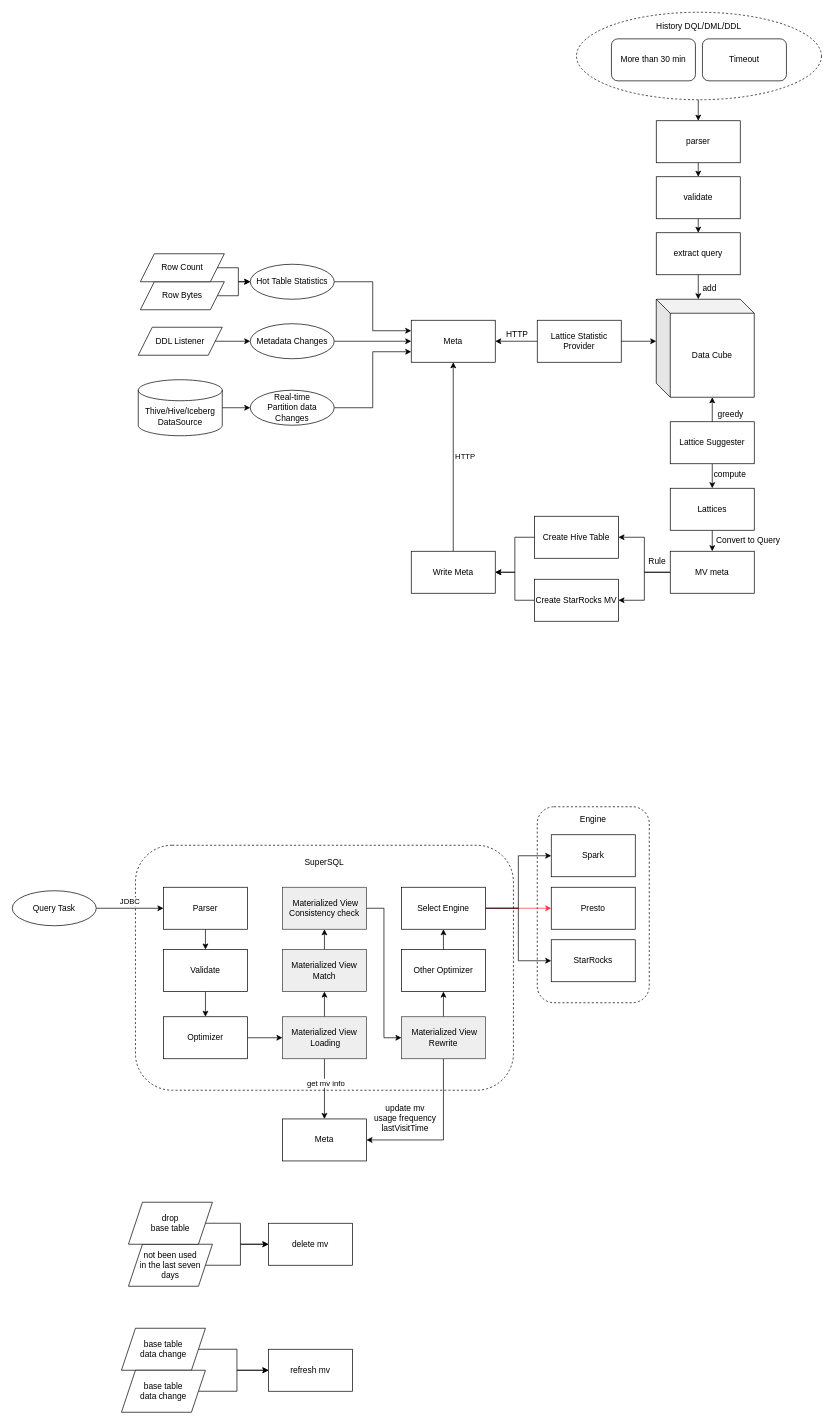
allendang001/charts keeps this draw.io diagram as 自动物化视图.drawio. Above is the earlier version. Source tidied: cells renumbered, new cells numbered last; positions are measured from the earlier drawing's top-left corner, leaving out a move shared by most shapes. Both pictures are drawn from the tidied source at 70%, with x=0, y=0 at pixel (12, 12).
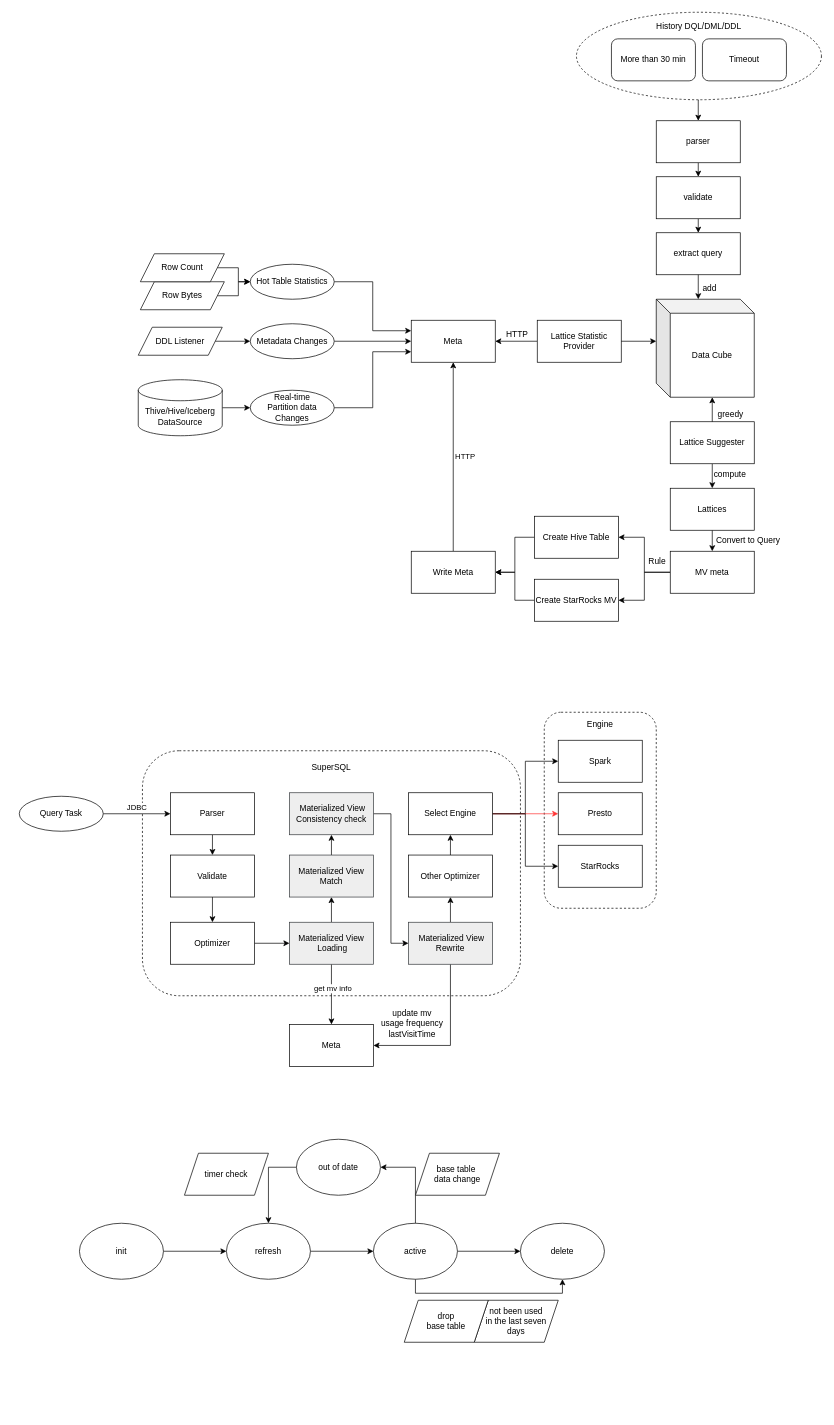
The same diagram, later.

Commit message:
更新自动物化视图.drawio

Change to the diagram source:
```diff
@@
     <mxCell id="2" value="Engine&lt;br&gt;&lt;br&gt;&lt;br&gt;&lt;br&gt;&lt;br&gt;&lt;br&gt;&lt;br&gt;&lt;br&gt;&lt;br&gt;&lt;br&gt;&lt;br&gt;&lt;br&gt;&lt;br&gt;&lt;br&gt;&lt;br&gt;&lt;br&gt;&lt;br&gt;&lt;br&gt;" style="rounded=1;whiteSpace=wrap;html=1;dashed=1;" parent="1" vertex="1">
-      <mxGeometry x="750" y="1135" width="160" height="280" as="geometry" />
+      <mxGeometry x="760" y="1000" width="160" height="280" as="geometry" />
     </mxCell>
@@
     <mxCell id="53" value="SuperSQL&lt;br&gt;&lt;br&gt;&lt;br&gt;&lt;br&gt;&lt;br&gt;&lt;br&gt;&lt;br&gt;&lt;br&gt;&lt;br&gt;&lt;br&gt;&lt;br&gt;&lt;br&gt;&lt;br&gt;&lt;br&gt;&lt;br&gt;&lt;br&gt;&lt;br&gt;&lt;br&gt;&lt;br&gt;&lt;br&gt;&lt;br&gt;&lt;br&gt;" style="rounded=1;whiteSpace=wrap;html=1;dashed=1;" parent="1" vertex="1">
-      <mxGeometry x="176" y="1190" width="540" height="350" as="geometry" />
+      <mxGeometry x="186" y="1055" width="540" height="350" as="geometry" />
     </mxCell>
@@
     <mxCell id="57" value="&amp;nbsp;Materialized View Rewrite" style="rounded=0;whiteSpace=wrap;html=1;fillColor=#eeeeee;strokeColor=#36393d;" parent="1" vertex="1">
-      <mxGeometry x="556" y="1435" width="120" height="60" as="geometry" />
+      <mxGeometry x="566" y="1300" width="120" height="60" as="geometry" />
     </mxCell>
@@
     <mxCell id="59" value="Parser" style="rounded=0;whiteSpace=wrap;html=1;" parent="1" vertex="1">
-      <mxGeometry x="216" y="1250" width="120" height="60" as="geometry" />
+      <mxGeometry x="226" y="1115" width="120" height="60" as="geometry" />
     </mxCell>
@@
     <mxCell id="61" value="Validate" style="rounded=0;whiteSpace=wrap;html=1;" parent="1" vertex="1">
-      <mxGeometry x="216" y="1339" width="120" height="60" as="geometry" />
+      <mxGeometry x="226" y="1204" width="120" height="60" as="geometry" />
     </mxCell>
@@
     <mxCell id="63" value="Optimizer" style="rounded=0;whiteSpace=wrap;html=1;" parent="1" vertex="1">
-      <mxGeometry x="216" y="1435" width="120" height="60" as="geometry" />
+      <mxGeometry x="226" y="1300" width="120" height="60" as="geometry" />
     </mxCell>
@@
     <mxCell id="69" value="Materialized View&lt;br&gt;&amp;nbsp;Loading" style="rounded=0;whiteSpace=wrap;html=1;fillColor=#eeeeee;strokeColor=#36393d;" parent="1" vertex="1">
-      <mxGeometry x="386" y="1435" width="120" height="60" as="geometry" />
+      <mxGeometry x="396" y="1300" width="120" height="60" as="geometry" />
     </mxCell>
@@
     <mxCell id="73" value="Select Engine" style="rounded=0;whiteSpace=wrap;html=1;" parent="1" vertex="1">
-      <mxGeometry x="556" y="1250" width="120" height="60" as="geometry" />
+      <mxGeometry x="566" y="1115" width="120" height="60" as="geometry" />
     </mxCell>
     <mxCell id="74" value="Spark" style="rounded=0;whiteSpace=wrap;html=1;" parent="1" vertex="1">
-      <mxGeometry x="770" y="1175" width="120" height="60" as="geometry" />
+      <mxGeometry x="780" y="1040" width="120" height="60" as="geometry" />
     </mxCell>
     <mxCell id="75" value="Presto" style="rounded=0;whiteSpace=wrap;html=1;" parent="1" vertex="1">
-      <mxGeometry x="770" y="1250" width="120" height="60" as="geometry" />
+      <mxGeometry x="780" y="1115" width="120" height="60" as="geometry" />
     </mxCell>
     <mxCell id="76" value="StarRocks" style="rounded=0;whiteSpace=wrap;html=1;" parent="1" vertex="1">
-      <mxGeometry x="770" y="1325" width="120" height="60" as="geometry" />
+      <mxGeometry x="780" y="1190" width="120" height="60" as="geometry" />
     </mxCell>
     <mxCell id="77" value="Query Task" style="ellipse;whiteSpace=wrap;html=1;" parent="1" vertex="1">
-      <mxGeometry y="1255" width="120" height="50" as="geometry" />
+      <mxGeometry x="10" y="1120" width="120" height="50" as="geometry" />
     </mxCell>
     <mxCell id="78" value="Meta" style="rounded=0;whiteSpace=wrap;html=1;" parent="1" vertex="1">
-      <mxGeometry x="386" y="1581" width="120" height="60" as="geometry" />
+      <mxGeometry x="396" y="1446" width="120" height="60" as="geometry" />
     </mxCell>
@@
     <mxCell id="80" value="Materialized View&lt;br&gt;Match" style="rounded=0;whiteSpace=wrap;html=1;fillColor=#eeeeee;strokeColor=#36393d;" parent="1" vertex="1">
-      <mxGeometry x="386" y="1339" width="120" height="60" as="geometry" />
+      <mxGeometry x="396" y="1204" width="120" height="60" as="geometry" />
     </mxCell>
@@
     <mxCell id="82" value="&amp;nbsp;Materialized View Consistency check" style="rounded=0;whiteSpace=wrap;html=1;fillColor=#eeeeee;strokeColor=#36393d;" parent="1" vertex="1">
-      <mxGeometry x="386" y="1250" width="120" height="60" as="geometry" />
+      <mxGeometry x="396" y="1115" width="120" height="60" as="geometry" />
     </mxCell>
     <mxCell id="83" value="Other Optimizer" style="rounded=0;whiteSpace=wrap;html=1;" parent="1" vertex="1">
-      <mxGeometry x="556" y="1339" width="120" height="60" as="geometry" />
+      <mxGeometry x="566" y="1204" width="120" height="60" as="geometry" />
     </mxCell>
     <mxCell id="84" value="update mv &lt;br&gt;usage frequency&lt;br&gt;lastVisitTime" style="text;html=1;align=center;verticalAlign=middle;strokeColor=none;fillColor=none;" parent="1" vertex="1">
-      <mxGeometry x="506" y="1550" width="110" height="60" as="geometry" />
+      <mxGeometry x="516" y="1415" width="110" height="60" as="geometry" />
     </mxCell>
-    <mxCell id="85" value="delete mv" style="rounded=0;whiteSpace=wrap;html=1;" parent="1" vertex="1">
-      <mxGeometry x="366" y="1730" width="120" height="60" as="geometry" />
-    </mxCell>
-    <mxCell id="86" style="edgeStyle=orthogonalEdgeStyle;rounded=0;jettySize=auto;html=1;exitX=1;exitY=0.5;exitDx=0;exitDy=0;entryX=0;entryY=0.5;entryDx=0;entryDy=0;" parent="1" edge="1" source="87" target="85">
-      <mxGeometry relative="1" as="geometry" />
-    </mxCell>
+    <mxCell id="95" style="edgeStyle=orthogonalEdgeStyle;rounded=0;jettySize=auto;html=1;exitX=1;exitY=0.5;exitDx=0;exitDy=0;entryX=0;entryY=0.5;entryDx=0;entryDy=0;" parent="1" edge="1" source="96" target="98">
+      <mxGeometry relative="1" as="geometry" />
+    </mxCell>
+    <mxCell id="96" value="init" style="ellipse;whiteSpace=wrap;html=1;" parent="1" vertex="1">
+      <mxGeometry x="96" y="1730" width="120" height="80" as="geometry" />
+    </mxCell>
+    <mxCell id="97" style="edgeStyle=orthogonalEdgeStyle;rounded=0;jettySize=auto;html=1;exitX=1;exitY=0.5;exitDx=0;exitDy=0;entryX=0;entryY=0.5;entryDx=0;entryDy=0;" parent="1" edge="1" source="98" target="101">
+      <mxGeometry relative="1" as="geometry" />
+    </mxCell>
+    <mxCell id="98" value="refresh" style="ellipse;whiteSpace=wrap;html=1;" parent="1" vertex="1">
+      <mxGeometry x="306" y="1730" width="120" height="80" as="geometry" />
+    </mxCell>
+    <mxCell id="99" style="edgeStyle=orthogonalEdgeStyle;rounded=0;jettySize=auto;html=1;exitX=1;exitY=0.5;exitDx=0;exitDy=0;entryX=0;entryY=0.5;entryDx=0;entryDy=0;" parent="1" edge="1" source="101" target="102">
+      <mxGeometry relative="1" as="geometry" />
+    </mxCell>
+    <mxCell id="100" style="edgeStyle=orthogonalEdgeStyle;rounded=0;jettySize=auto;html=1;exitX=0.5;exitY=1;exitDx=0;exitDy=0;entryX=0.5;entryY=1;entryDx=0;entryDy=0;" parent="1" edge="1" source="101" target="102">
+      <mxGeometry relative="1" as="geometry" />
+    </mxCell>
+    <mxCell id="101" value="active" style="ellipse;whiteSpace=wrap;html=1;" parent="1" vertex="1">
+      <mxGeometry x="516" y="1730" width="120" height="80" as="geometry" />
+    </mxCell>
+    <mxCell id="102" value="delete" style="ellipse;whiteSpace=wrap;html=1;" parent="1" vertex="1">
+      <mxGeometry x="726" y="1730" width="120" height="80" as="geometry" />
+    </mxCell>
+    <mxCell id="103" style="edgeStyle=orthogonalEdgeStyle;rounded=0;jettySize=auto;html=1;exitX=0.5;exitY=0;exitDx=0;exitDy=0;entryX=1;entryY=0.5;entryDx=0;entryDy=0;" parent="1" edge="1" source="101" target="106">
+      <mxGeometry relative="1" as="geometry" />
+    </mxCell>
     <mxCell id="87" value="not been used &lt;br&gt;in the last seven &lt;br&gt;days" style="shape=parallelogram;perimeter=parallelogramPerimeter;whiteSpace=wrap;html=1;fixedSize=1;" parent="1" vertex="1">
-      <mxGeometry x="166" y="1760" width="120" height="60" as="geometry" />
+      <mxGeometry x="660" y="1840" width="120" height="60" as="geometry" />
     </mxCell>
-    <mxCell id="88" style="edgeStyle=orthogonalEdgeStyle;rounded=0;jettySize=auto;html=1;exitX=1;exitY=0.5;exitDx=0;exitDy=0;entryX=0;entryY=0.5;entryDx=0;entryDy=0;" parent="1" edge="1" source="89" target="90">
-      <mxGeometry relative="1" as="geometry" />
-    </mxCell>
-    <mxCell id="89" value="base table &lt;br&gt;data change" style="shape=parallelogram;perimeter=parallelogramPerimeter;whiteSpace=wrap;html=1;fixedSize=1;" parent="1" vertex="1">
-      <mxGeometry x="156" y="1880" width="120" height="60" as="geometry" />
-    </mxCell>
-    <mxCell id="90" value="refresh mv" style="rounded=0;whiteSpace=wrap;html=1;" parent="1" vertex="1">
-      <mxGeometry x="366" y="1910" width="120" height="60" as="geometry" />
-    </mxCell>
-    <mxCell id="91" style="edgeStyle=orthogonalEdgeStyle;rounded=0;jettySize=auto;html=1;exitX=1;exitY=0.5;exitDx=0;exitDy=0;entryX=0;entryY=0.5;entryDx=0;entryDy=0;" parent="1" edge="1" source="92" target="85">
-      <mxGeometry relative="1" as="geometry" />
-    </mxCell>
     <mxCell id="92" value="drop&lt;br&gt;base table" style="shape=parallelogram;perimeter=parallelogramPerimeter;whiteSpace=wrap;html=1;fixedSize=1;" parent="1" vertex="1">
-      <mxGeometry x="166" y="1700" width="120" height="60" as="geometry" />
+      <mxGeometry x="560" y="1840" width="120" height="60" as="geometry" />
     </mxCell>
-    <mxCell id="93" style="edgeStyle=orthogonalEdgeStyle;rounded=0;jettySize=auto;html=1;exitX=1;exitY=0.5;exitDx=0;exitDy=0;entryX=0;entryY=0.5;entryDx=0;entryDy=0;" parent="1" edge="1" source="94" target="90">
-      <mxGeometry relative="1" as="geometry" />
-    </mxCell>
-    <mxCell id="94" value="base table &lt;br&gt;data change" style="shape=parallelogram;perimeter=parallelogramPerimeter;whiteSpace=wrap;html=1;fixedSize=1;" parent="1" vertex="1">
-      <mxGeometry x="156" y="1940" width="120" height="60" as="geometry" />
-    </mxCell>
+    <mxCell id="104" value="base table&amp;nbsp;&lt;div&gt;data change&lt;/div&gt;" style="shape=parallelogram;perimeter=parallelogramPerimeter;whiteSpace=wrap;html=1;fixedSize=1;" parent="1" vertex="1">
+      <mxGeometry x="576" y="1630" width="120" height="60" as="geometry" />
+    </mxCell>
+    <mxCell id="105" style="edgeStyle=orthogonalEdgeStyle;rounded=0;jettySize=auto;html=1;exitX=0;exitY=0.5;exitDx=0;exitDy=0;entryX=0.5;entryY=0;entryDx=0;entryDy=0;" parent="1" edge="1" source="106" target="98">
+      <mxGeometry relative="1" as="geometry" />
+    </mxCell>
+    <mxCell id="106" value="out of date" style="ellipse;whiteSpace=wrap;html=1;" parent="1" vertex="1">
+      <mxGeometry x="406" y="1610" width="120" height="80" as="geometry" />
+    </mxCell>
+    <mxCell id="107" value="timer check" style="shape=parallelogram;perimeter=parallelogramPerimeter;whiteSpace=wrap;html=1;fixedSize=1;" parent="1" vertex="1">
+      <mxGeometry x="246" y="1630" width="120" height="60" as="geometry" />
+    </mxCell>
```
